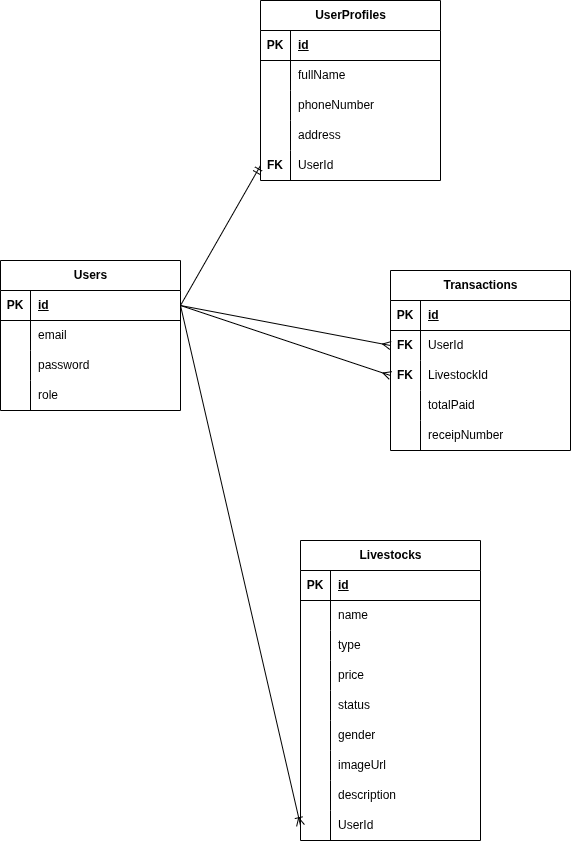
Earlier version of the draw.io export erd/erd.drawio.png (malthafkiram/farm-b2b-marketplace). Source tidied: cells renumbered, new cells last; positions are measured from the earlier drawing's top-left corner, leaving out a move shared by most shapes. Source of this version:
```xml
<mxGraphModel>
  <root>
    <mxCell id="0" />
    <mxCell id="1" parent="0" />
    <mxCell id="2" value="Users" style="shape=table;startSize=30;rowLines=0;fontStyle=1;align=center;html=1;" parent="1" vertex="1">
      <mxGeometry y="260" width="180" height="150" as="geometry" />
    </mxCell>
    <mxCell id="3" style="shape=tableRow;horizontal=0;startSize=0;swimlaneHead=0;swimlaneBody=0;fillColor=none;points=[[0,0.5],[1,0.5]];portConstraint=eastwest;top=0;left=0;right=0;bottom=1;" parent="2" vertex="1">
      <mxGeometry y="30" width="180" height="30" as="geometry" />
    </mxCell>
    <mxCell id="4" value="PK" style="shape=partialRectangle;fillColor=none;top=0;left=0;bottom=0;right=0;fontStyle=1;overflow=hidden;whiteSpace=wrap;html=1;" parent="3" vertex="1">
      <mxGeometry width="30" height="30" as="geometry" />
    </mxCell>
    <mxCell id="5" value="id" style="shape=partialRectangle;fillColor=none;top=0;left=0;bottom=0;right=0;align=left;spacingLeft=6;fontStyle=5;overflow=hidden;whiteSpace=wrap;html=1;" parent="3" vertex="1">
      <mxGeometry x="30" width="150" height="30" as="geometry" />
    </mxCell>
    <mxCell id="6" style="shape=tableRow;horizontal=0;startSize=0;swimlaneHead=0;swimlaneBody=0;fillColor=none;top=0;left=0;right=0;bottom=0;" parent="2" vertex="1">
      <mxGeometry y="60" width="180" height="30" as="geometry" />
    </mxCell>
    <mxCell id="7" style="shape=partialRectangle;fillColor=none;top=0;left=0;bottom=0;right=0;overflow=hidden;whiteSpace=wrap;html=1;" parent="6" vertex="1">
      <mxGeometry width="30" height="30" as="geometry" />
    </mxCell>
    <mxCell id="8" value="email" style="shape=partialRectangle;fillColor=none;top=0;left=0;bottom=0;right=0;align=left;spacingLeft=6;overflow=hidden;whiteSpace=wrap;html=1;" parent="6" vertex="1">
      <mxGeometry x="30" width="150" height="30" as="geometry" />
    </mxCell>
    <mxCell id="9" style="shape=tableRow;horizontal=0;startSize=0;swimlaneHead=0;swimlaneBody=0;fillColor=none;top=0;left=0;right=0;bottom=0;" parent="2" vertex="1">
      <mxGeometry y="90" width="180" height="30" as="geometry" />
    </mxCell>
    <mxCell id="10" style="shape=partialRectangle;fillColor=none;top=0;left=0;bottom=0;right=0;overflow=hidden;whiteSpace=wrap;html=1;" parent="9" vertex="1">
      <mxGeometry width="30" height="30" as="geometry" />
    </mxCell>
    <mxCell id="11" value="password" style="shape=partialRectangle;fillColor=none;top=0;left=0;bottom=0;right=0;align=left;spacingLeft=6;overflow=hidden;whiteSpace=wrap;html=1;" parent="9" vertex="1">
      <mxGeometry x="30" width="150" height="30" as="geometry" />
    </mxCell>
    <mxCell id="12" style="shape=tableRow;horizontal=0;startSize=0;swimlaneHead=0;swimlaneBody=0;fillColor=none;top=0;left=0;right=0;bottom=0;" parent="2" vertex="1">
      <mxGeometry y="120" width="180" height="30" as="geometry" />
    </mxCell>
    <mxCell id="13" style="shape=partialRectangle;fillColor=none;top=0;left=0;bottom=0;right=0;overflow=hidden;whiteSpace=wrap;html=1;" parent="12" vertex="1">
      <mxGeometry width="30" height="30" as="geometry" />
    </mxCell>
    <mxCell id="14" value="role" style="shape=partialRectangle;fillColor=none;top=0;left=0;bottom=0;right=0;align=left;spacingLeft=6;overflow=hidden;whiteSpace=wrap;html=1;" parent="12" vertex="1">
      <mxGeometry x="30" width="150" height="30" as="geometry" />
    </mxCell>
    <mxCell id="15" value="UserProfiles" style="shape=table;startSize=30;rowLines=0;fontStyle=1;align=center;html=1;" parent="1" vertex="1">
      <mxGeometry x="260" width="180" height="180" as="geometry" />
    </mxCell>
    <mxCell id="16" style="shape=tableRow;horizontal=0;startSize=0;swimlaneHead=0;swimlaneBody=0;fillColor=none;top=0;left=0;right=0;bottom=1;" parent="15" vertex="1">
      <mxGeometry y="30" width="180" height="30" as="geometry" />
    </mxCell>
    <mxCell id="17" value="PK" style="shape=partialRectangle;fillColor=none;top=0;left=0;bottom=0;right=0;fontStyle=1;overflow=hidden;whiteSpace=wrap;html=1;" parent="16" vertex="1">
      <mxGeometry width="30" height="30" as="geometry" />
    </mxCell>
    <mxCell id="18" value="id" style="shape=partialRectangle;fillColor=none;top=0;left=0;bottom=0;right=0;align=left;spacingLeft=6;fontStyle=5;overflow=hidden;whiteSpace=wrap;html=1;" parent="16" vertex="1">
      <mxGeometry x="30" width="150" height="30" as="geometry" />
    </mxCell>
    <mxCell id="19" style="shape=tableRow;horizontal=0;startSize=0;swimlaneHead=0;swimlaneBody=0;fillColor=none;top=0;left=0;right=0;bottom=0;" parent="15" vertex="1">
      <mxGeometry y="60" width="180" height="30" as="geometry" />
    </mxCell>
    <mxCell id="20" style="shape=partialRectangle;fillColor=none;top=0;left=0;bottom=0;right=0;overflow=hidden;whiteSpace=wrap;html=1;" parent="19" vertex="1">
      <mxGeometry width="30" height="30" as="geometry" />
    </mxCell>
    <mxCell id="21" value="fullName" style="shape=partialRectangle;fillColor=none;top=0;left=0;bottom=0;right=0;align=left;spacingLeft=6;overflow=hidden;whiteSpace=wrap;html=1;" parent="19" vertex="1">
      <mxGeometry x="30" width="150" height="30" as="geometry" />
    </mxCell>
    <mxCell id="22" style="shape=tableRow;horizontal=0;startSize=0;swimlaneHead=0;swimlaneBody=0;fillColor=none;top=0;left=0;right=0;bottom=0;" parent="15" vertex="1">
      <mxGeometry y="90" width="180" height="30" as="geometry" />
    </mxCell>
    <mxCell id="23" style="shape=partialRectangle;fillColor=none;top=0;left=0;bottom=0;right=0;overflow=hidden;whiteSpace=wrap;html=1;" parent="22" vertex="1">
      <mxGeometry width="30" height="30" as="geometry" />
    </mxCell>
    <mxCell id="24" value="phoneNumber" style="shape=partialRectangle;fillColor=none;top=0;left=0;bottom=0;right=0;align=left;spacingLeft=6;overflow=hidden;whiteSpace=wrap;html=1;" parent="22" vertex="1">
      <mxGeometry x="30" width="150" height="30" as="geometry" />
    </mxCell>
    <mxCell id="25" style="shape=tableRow;horizontal=0;startSize=0;swimlaneHead=0;swimlaneBody=0;fillColor=none;top=0;left=0;right=0;bottom=0;" parent="15" vertex="1">
      <mxGeometry y="120" width="180" height="30" as="geometry" />
    </mxCell>
    <mxCell id="26" style="shape=partialRectangle;fillColor=none;top=0;left=0;bottom=0;right=0;overflow=hidden;whiteSpace=wrap;html=1;" parent="25" vertex="1">
      <mxGeometry width="30" height="30" as="geometry" />
    </mxCell>
    <mxCell id="27" value="address" style="shape=partialRectangle;fillColor=none;top=0;left=0;bottom=0;right=0;align=left;spacingLeft=6;overflow=hidden;whiteSpace=wrap;html=1;" parent="25" vertex="1">
      <mxGeometry x="30" width="150" height="30" as="geometry" />
    </mxCell>
    <mxCell id="28" style="shape=tableRow;horizontal=0;startSize=0;swimlaneHead=0;swimlaneBody=0;fillColor=none;points=[[0,0.5],[1,0.5]];portConstraint=eastwest;top=0;left=0;right=0;bottom=0;" parent="15" vertex="1">
      <mxGeometry y="150" width="180" height="30" as="geometry" />
    </mxCell>
    <mxCell id="29" value="&lt;b&gt;FK&lt;/b&gt;" style="shape=partialRectangle;fillColor=none;top=0;left=0;bottom=0;right=0;overflow=hidden;whiteSpace=wrap;html=1;" parent="28" vertex="1">
      <mxGeometry width="30" height="30" as="geometry" />
    </mxCell>
    <mxCell id="30" value="UserId" style="shape=partialRectangle;fillColor=none;top=0;left=0;bottom=0;right=0;align=left;spacingLeft=6;overflow=hidden;whiteSpace=wrap;html=1;" parent="28" vertex="1">
      <mxGeometry x="30" width="150" height="30" as="geometry" />
    </mxCell>
    <mxCell id="31" style="edgeStyle=none;html=1;exitX=1;exitY=0.5;exitDx=0;exitDy=0;entryX=0;entryY=0.5;entryDx=0;entryDy=0;endArrow=ERmandOne;endFill=0;" parent="1" edge="1" source="3" target="28">
      <mxGeometry relative="1" as="geometry" />
    </mxCell>
    <mxCell id="32" value="Livestocks" style="shape=table;startSize=30;rowLines=0;fontStyle=1;align=center;html=1;" parent="1" vertex="1">
      <mxGeometry x="300" y="540" width="180" height="300" as="geometry" />
    </mxCell>
    <mxCell id="33" style="shape=tableRow;horizontal=0;startSize=0;swimlaneHead=0;swimlaneBody=0;fillColor=none;top=0;left=0;right=0;bottom=1;" parent="32" vertex="1">
      <mxGeometry y="30" width="180" height="30" as="geometry" />
    </mxCell>
    <mxCell id="34" value="PK" style="shape=partialRectangle;fillColor=none;top=0;left=0;bottom=0;right=0;fontStyle=1;overflow=hidden;whiteSpace=wrap;html=1;" parent="33" vertex="1">
      <mxGeometry width="30" height="30" as="geometry" />
    </mxCell>
    <mxCell id="35" value="id" style="shape=partialRectangle;fillColor=none;top=0;left=0;bottom=0;right=0;align=left;spacingLeft=6;fontStyle=5;overflow=hidden;whiteSpace=wrap;html=1;" parent="33" vertex="1">
      <mxGeometry x="30" width="150" height="30" as="geometry" />
    </mxCell>
    <mxCell id="36" style="shape=tableRow;horizontal=0;startSize=0;swimlaneHead=0;swimlaneBody=0;fillColor=none;top=0;left=0;right=0;bottom=0;" parent="32" vertex="1">
      <mxGeometry y="60" width="180" height="30" as="geometry" />
    </mxCell>
    <mxCell id="37" style="shape=partialRectangle;fillColor=none;top=0;left=0;bottom=0;right=0;overflow=hidden;whiteSpace=wrap;html=1;" parent="36" vertex="1">
      <mxGeometry width="30" height="30" as="geometry" />
    </mxCell>
    <mxCell id="38" value="name" style="shape=partialRectangle;fillColor=none;top=0;left=0;bottom=0;right=0;align=left;spacingLeft=6;overflow=hidden;whiteSpace=wrap;html=1;" parent="36" vertex="1">
      <mxGeometry x="30" width="150" height="30" as="geometry" />
    </mxCell>
    <mxCell id="39" style="shape=tableRow;horizontal=0;startSize=0;swimlaneHead=0;swimlaneBody=0;fillColor=none;top=0;left=0;right=0;bottom=0;" parent="32" vertex="1">
      <mxGeometry y="90" width="180" height="30" as="geometry" />
    </mxCell>
    <mxCell id="40" style="shape=partialRectangle;fillColor=none;top=0;left=0;bottom=0;right=0;overflow=hidden;whiteSpace=wrap;html=1;" parent="39" vertex="1">
      <mxGeometry width="30" height="30" as="geometry" />
    </mxCell>
    <mxCell id="41" value="type" style="shape=partialRectangle;fillColor=none;top=0;left=0;bottom=0;right=0;align=left;spacingLeft=6;overflow=hidden;whiteSpace=wrap;html=1;" parent="39" vertex="1">
      <mxGeometry x="30" width="150" height="30" as="geometry" />
    </mxCell>
    <mxCell id="42" style="shape=tableRow;horizontal=0;startSize=0;swimlaneHead=0;swimlaneBody=0;fillColor=none;top=0;left=0;right=0;bottom=0;" parent="32" vertex="1">
      <mxGeometry y="120" width="180" height="30" as="geometry" />
    </mxCell>
    <mxCell id="43" style="shape=partialRectangle;fillColor=none;top=0;left=0;bottom=0;right=0;overflow=hidden;whiteSpace=wrap;html=1;" parent="42" vertex="1">
      <mxGeometry width="30" height="30" as="geometry" />
    </mxCell>
    <mxCell id="44" value="price" style="shape=partialRectangle;fillColor=none;top=0;left=0;bottom=0;right=0;align=left;spacingLeft=6;overflow=hidden;whiteSpace=wrap;html=1;" parent="42" vertex="1">
      <mxGeometry x="30" width="150" height="30" as="geometry" />
    </mxCell>
    <mxCell id="45" style="shape=tableRow;horizontal=0;startSize=0;swimlaneHead=0;swimlaneBody=0;fillColor=none;top=0;left=0;right=0;bottom=0;" parent="32" vertex="1">
      <mxGeometry y="150" width="180" height="30" as="geometry" />
    </mxCell>
    <mxCell id="46" style="shape=partialRectangle;fillColor=none;top=0;left=0;bottom=0;right=0;overflow=hidden;whiteSpace=wrap;html=1;" parent="45" vertex="1">
      <mxGeometry width="30" height="30" as="geometry" />
    </mxCell>
    <mxCell id="47" value="status" style="shape=partialRectangle;fillColor=none;top=0;left=0;bottom=0;right=0;align=left;spacingLeft=6;overflow=hidden;whiteSpace=wrap;html=1;" parent="45" vertex="1">
      <mxGeometry x="30" width="150" height="30" as="geometry" />
    </mxCell>
    <mxCell id="48" style="shape=tableRow;horizontal=0;startSize=0;swimlaneHead=0;swimlaneBody=0;fillColor=none;top=0;left=0;right=0;bottom=0;" parent="32" vertex="1">
      <mxGeometry y="180" width="180" height="30" as="geometry" />
    </mxCell>
    <mxCell id="49" style="shape=partialRectangle;fillColor=none;top=0;left=0;bottom=0;right=0;overflow=hidden;whiteSpace=wrap;html=1;" parent="48" vertex="1">
      <mxGeometry width="30" height="30" as="geometry" />
    </mxCell>
    <mxCell id="50" value="gender" style="shape=partialRectangle;fillColor=none;top=0;left=0;bottom=0;right=0;align=left;spacingLeft=6;overflow=hidden;whiteSpace=wrap;html=1;" parent="48" vertex="1">
      <mxGeometry x="30" width="150" height="30" as="geometry" />
    </mxCell>
    <mxCell id="51" style="shape=tableRow;horizontal=0;startSize=0;swimlaneHead=0;swimlaneBody=0;fillColor=none;top=0;left=0;right=0;bottom=0;" parent="32" vertex="1">
      <mxGeometry y="210" width="180" height="30" as="geometry" />
    </mxCell>
    <mxCell id="52" style="shape=partialRectangle;fillColor=none;top=0;left=0;bottom=0;right=0;overflow=hidden;whiteSpace=wrap;html=1;" parent="51" vertex="1">
      <mxGeometry width="30" height="30" as="geometry" />
    </mxCell>
    <mxCell id="53" value="imageUrl" style="shape=partialRectangle;fillColor=none;top=0;left=0;bottom=0;right=0;align=left;spacingLeft=6;overflow=hidden;whiteSpace=wrap;html=1;" parent="51" vertex="1">
      <mxGeometry x="30" width="150" height="30" as="geometry" />
    </mxCell>
    <mxCell id="54" style="shape=tableRow;horizontal=0;startSize=0;swimlaneHead=0;swimlaneBody=0;fillColor=none;top=0;left=0;right=0;bottom=0;" parent="32" vertex="1">
      <mxGeometry y="240" width="180" height="30" as="geometry" />
    </mxCell>
    <mxCell id="55" style="shape=partialRectangle;fillColor=none;top=0;left=0;bottom=0;right=0;overflow=hidden;whiteSpace=wrap;html=1;" parent="54" vertex="1">
      <mxGeometry width="30" height="30" as="geometry" />
    </mxCell>
    <mxCell id="56" value="description" style="shape=partialRectangle;fillColor=none;top=0;left=0;bottom=0;right=0;align=left;spacingLeft=6;overflow=hidden;whiteSpace=wrap;html=1;" parent="54" vertex="1">
      <mxGeometry x="30" width="150" height="30" as="geometry" />
    </mxCell>
    <mxCell id="57" style="shape=tableRow;horizontal=0;startSize=0;swimlaneHead=0;swimlaneBody=0;fillColor=none;points=[[0,0.5],[1,0.5]];portConstraint=eastwest;top=0;left=0;right=0;bottom=0;" parent="32" vertex="1">
      <mxGeometry y="270" width="180" height="30" as="geometry" />
    </mxCell>
    <mxCell id="58" style="shape=partialRectangle;fillColor=none;top=0;left=0;bottom=0;right=0;overflow=hidden;whiteSpace=wrap;html=1;" parent="57" vertex="1">
      <mxGeometry width="30" height="30" as="geometry" />
    </mxCell>
    <mxCell id="59" value="UserId" style="shape=partialRectangle;fillColor=none;top=0;left=0;bottom=0;right=0;align=left;spacingLeft=6;overflow=hidden;whiteSpace=wrap;html=1;" parent="57" vertex="1">
      <mxGeometry x="30" width="150" height="30" as="geometry" />
    </mxCell>
    <mxCell id="60" value="Transactions" style="shape=table;startSize=30;rowLines=0;fontStyle=1;align=center;html=1;" parent="1" vertex="1">
      <mxGeometry x="390" y="270" width="180" height="180" as="geometry" />
    </mxCell>
    <mxCell id="61" style="shape=tableRow;horizontal=0;startSize=0;swimlaneHead=0;swimlaneBody=0;fillColor=none;top=0;left=0;right=0;bottom=1;" parent="60" vertex="1">
      <mxGeometry y="30" width="180" height="30" as="geometry" />
    </mxCell>
    <mxCell id="62" value="PK" style="shape=partialRectangle;fillColor=none;top=0;left=0;bottom=0;right=0;fontStyle=1;overflow=hidden;whiteSpace=wrap;html=1;" parent="61" vertex="1">
      <mxGeometry width="30" height="30" as="geometry" />
    </mxCell>
    <mxCell id="63" value="id" style="shape=partialRectangle;fillColor=none;top=0;left=0;bottom=0;right=0;align=left;spacingLeft=6;fontStyle=5;overflow=hidden;whiteSpace=wrap;html=1;" parent="61" vertex="1">
      <mxGeometry x="30" width="150" height="30" as="geometry" />
    </mxCell>
    <mxCell id="64" style="shape=tableRow;horizontal=0;startSize=0;swimlaneHead=0;swimlaneBody=0;fillColor=none;points=[[0,0.5],[1,0.5]];portConstraint=eastwest;top=0;left=0;right=0;bottom=0;" parent="60" vertex="1">
      <mxGeometry y="60" width="180" height="30" as="geometry" />
    </mxCell>
    <mxCell id="65" value="&lt;b&gt;FK&lt;/b&gt;" style="shape=partialRectangle;fillColor=none;top=0;left=0;bottom=0;right=0;overflow=hidden;whiteSpace=wrap;html=1;" parent="64" vertex="1">
      <mxGeometry width="30" height="30" as="geometry" />
    </mxCell>
    <mxCell id="66" value="UserId" style="shape=partialRectangle;fillColor=none;top=0;left=0;bottom=0;right=0;align=left;spacingLeft=6;overflow=hidden;whiteSpace=wrap;html=1;" parent="64" vertex="1">
      <mxGeometry x="30" width="150" height="30" as="geometry" />
    </mxCell>
    <mxCell id="67" style="shape=tableRow;horizontal=0;startSize=0;swimlaneHead=0;swimlaneBody=0;fillColor=none;points=[[0,0.5],[1,0.5]];portConstraint=eastwest;top=0;left=0;right=0;bottom=0;" parent="60" vertex="1">
      <mxGeometry y="90" width="180" height="30" as="geometry" />
    </mxCell>
    <mxCell id="68" value="&lt;b&gt;FK&lt;/b&gt;" style="shape=partialRectangle;fillColor=none;top=0;left=0;bottom=0;right=0;overflow=hidden;whiteSpace=wrap;html=1;" parent="67" vertex="1">
      <mxGeometry width="30" height="30" as="geometry" />
    </mxCell>
    <mxCell id="69" value="LivestockId" style="shape=partialRectangle;fillColor=none;top=0;left=0;bottom=0;right=0;align=left;spacingLeft=6;overflow=hidden;whiteSpace=wrap;html=1;" parent="67" vertex="1">
      <mxGeometry x="30" width="150" height="30" as="geometry" />
    </mxCell>
    <mxCell id="70" style="shape=tableRow;horizontal=0;startSize=0;swimlaneHead=0;swimlaneBody=0;fillColor=none;top=0;left=0;right=0;bottom=0;" parent="60" vertex="1">
      <mxGeometry y="120" width="180" height="30" as="geometry" />
    </mxCell>
    <mxCell id="71" style="shape=partialRectangle;fillColor=none;top=0;left=0;bottom=0;right=0;overflow=hidden;whiteSpace=wrap;html=1;" parent="70" vertex="1">
      <mxGeometry width="30" height="30" as="geometry" />
    </mxCell>
    <mxCell id="72" value="totalPaid" style="shape=partialRectangle;fillColor=none;top=0;left=0;bottom=0;right=0;align=left;spacingLeft=6;overflow=hidden;whiteSpace=wrap;html=1;" parent="70" vertex="1">
      <mxGeometry x="30" width="150" height="30" as="geometry" />
    </mxCell>
    <mxCell id="73" style="shape=tableRow;horizontal=0;startSize=0;swimlaneHead=0;swimlaneBody=0;fillColor=none;top=0;left=0;right=0;bottom=0;" parent="60" vertex="1">
      <mxGeometry y="150" width="180" height="30" as="geometry" />
    </mxCell>
    <mxCell id="74" style="shape=partialRectangle;fillColor=none;top=0;left=0;bottom=0;right=0;overflow=hidden;whiteSpace=wrap;html=1;" parent="73" vertex="1">
      <mxGeometry width="30" height="30" as="geometry" />
    </mxCell>
    <mxCell id="75" value="receipNumber" style="shape=partialRectangle;fillColor=none;top=0;left=0;bottom=0;right=0;align=left;spacingLeft=6;overflow=hidden;whiteSpace=wrap;html=1;" parent="73" vertex="1">
      <mxGeometry x="30" width="150" height="30" as="geometry" />
    </mxCell>
    <mxCell id="76" style="edgeStyle=none;html=1;exitX=1;exitY=0.5;exitDx=0;exitDy=0;entryX=0;entryY=0.5;entryDx=0;entryDy=0;endArrow=ERmany;endFill=0;" parent="1" edge="1" source="3" target="64">
      <mxGeometry relative="1" as="geometry" />
    </mxCell>
    <mxCell id="77" style="edgeStyle=none;html=1;exitX=1;exitY=0.5;exitDx=0;exitDy=0;entryX=0;entryY=0.5;entryDx=0;entryDy=0;endArrow=ERmany;endFill=0;" parent="1" edge="1" source="3" target="67">
      <mxGeometry relative="1" as="geometry" />
    </mxCell>
    <mxCell id="78" style="edgeStyle=none;html=1;exitX=1;exitY=0.5;exitDx=0;exitDy=0;entryX=0;entryY=0.5;entryDx=0;entryDy=0;endArrow=ERoneToMany;endFill=0;" parent="1" edge="1" source="3" target="57">
      <mxGeometry relative="1" as="geometry" />
    </mxCell>
  </root>
</mxGraphModel>
```
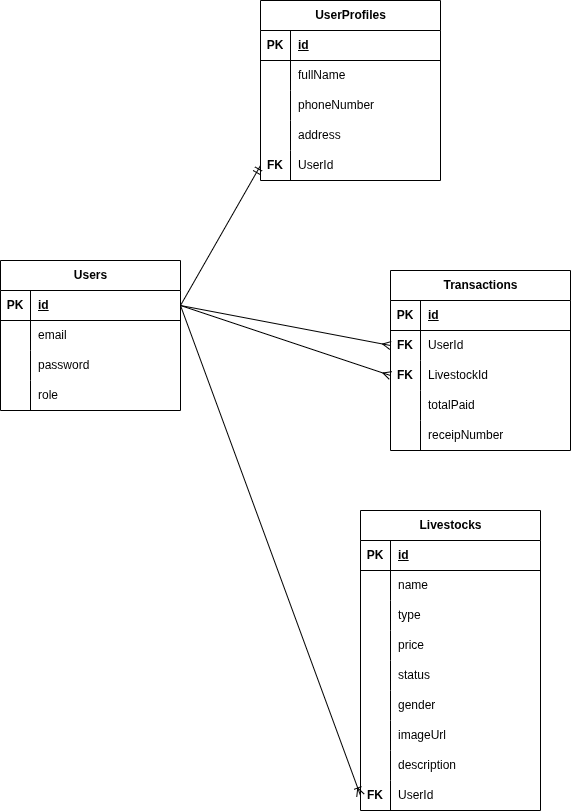
Later version of the same file.

Diff of the diagram source:
```diff
@@ -93,7 +93,7 @@
       <mxGeometry relative="1" as="geometry" />
     </mxCell>
     <mxCell id="32" value="Livestocks" style="shape=table;startSize=30;rowLines=0;fontStyle=1;align=center;html=1;" parent="1" vertex="1">
-      <mxGeometry x="300" y="540" width="180" height="300" as="geometry" />
+      <mxGeometry x="360" y="510" width="180" height="300" as="geometry" />
     </mxCell>
     <mxCell id="33" style="shape=tableRow;horizontal=0;startSize=0;swimlaneHead=0;swimlaneBody=0;fillColor=none;top=0;left=0;right=0;bottom=1;" parent="32" vertex="1">
       <mxGeometry y="30" width="180" height="30" as="geometry" />
@@ -170,7 +170,7 @@
     <mxCell id="57" style="shape=tableRow;horizontal=0;startSize=0;swimlaneHead=0;swimlaneBody=0;fillColor=none;points=[[0,0.5],[1,0.5]];portConstraint=eastwest;top=0;left=0;right=0;bottom=0;" parent="32" vertex="1">
       <mxGeometry y="270" width="180" height="30" as="geometry" />
     </mxCell>
-    <mxCell id="58" style="shape=partialRectangle;fillColor=none;top=0;left=0;bottom=0;right=0;overflow=hidden;whiteSpace=wrap;html=1;" parent="57" vertex="1">
+    <mxCell id="58" value="&lt;b&gt;FK&lt;/b&gt;" style="shape=partialRectangle;fillColor=none;top=0;left=0;bottom=0;right=0;overflow=hidden;whiteSpace=wrap;html=1;" parent="57" vertex="1">
       <mxGeometry width="30" height="30" as="geometry" />
     </mxCell>
     <mxCell id="59" value="UserId" style="shape=partialRectangle;fillColor=none;top=0;left=0;bottom=0;right=0;align=left;spacingLeft=6;overflow=hidden;whiteSpace=wrap;html=1;" parent="57" vertex="1">
```
